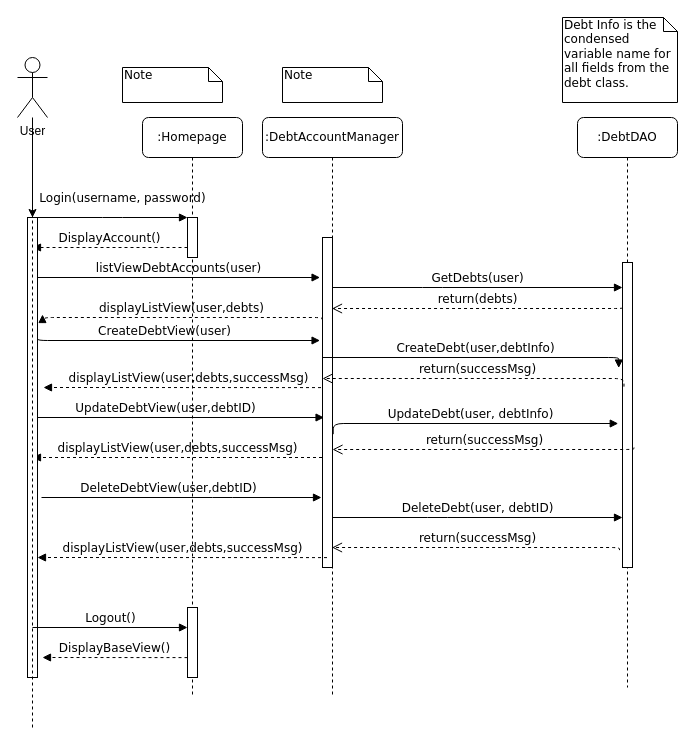
This is Sequence Diagram.drawio from PatrickMcDougle/CSE682-Software-Engineering-Project, a draw.io file, before an edit. Source tidied: cells renumbered, new cells numbered last; positions are measured from the earlier drawing's top-left corner, leaving out a move shared by most shapes. Both pictures are drawn from the tidied source at 100%, with x=0, y=0 at pixel (17, 17).
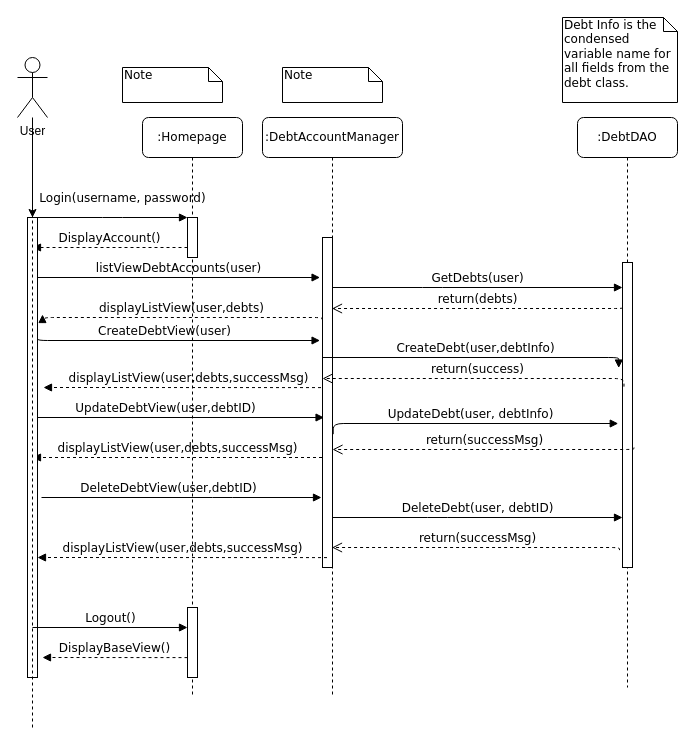
The same page after the edit.

Unchanged cells that the change refers to:
```xml
<mxCell id="17" style="html=1;points=[];perimeter=orthogonalPerimeter;rounded=0;shadow=0;comic=0;labelBackgroundColor=none;strokeWidth=1;fontFamily=Verdana;fontSize=12;align=center;" parent="1" vertex="1">
  <mxGeometry x="605" y="245" width="10" height="305" as="geometry" />
</mxCell>
```

Diff of the diagram source:
```diff
@@
-    <mxCell id="30" value="return(successMsg)" style="html=1;verticalAlign=bottom;endArrow=open;dashed=1;endSize=8;labelBackgroundColor=none;fontFamily=Verdana;fontSize=12;edgeStyle=elbowEdgeStyle;elbow=vertical;exitX=0.148;exitY=0.407;exitDx=0;exitDy=0;exitPerimeter=0;" parent="1" edge="1" source="17">
+    <mxCell id="30" value="return(success)" style="html=1;verticalAlign=bottom;endArrow=open;dashed=1;endSize=8;labelBackgroundColor=none;fontFamily=Verdana;fontSize=12;edgeStyle=elbowEdgeStyle;elbow=vertical;exitX=0.148;exitY=0.407;exitDx=0;exitDy=0;exitPerimeter=0;" parent="1" edge="1" source="17">
       <mxGeometry relative="1" as="geometry">
         <mxPoint x="305" y="361" as="targetPoint" />
         <Array as="points">
           <mxPoint x="605" y="361" />
           <mxPoint x="395" y="360" />
           <mxPoint x="425" y="360" />
         </Array>
       </mxGeometry>
     </mxCell>
```
